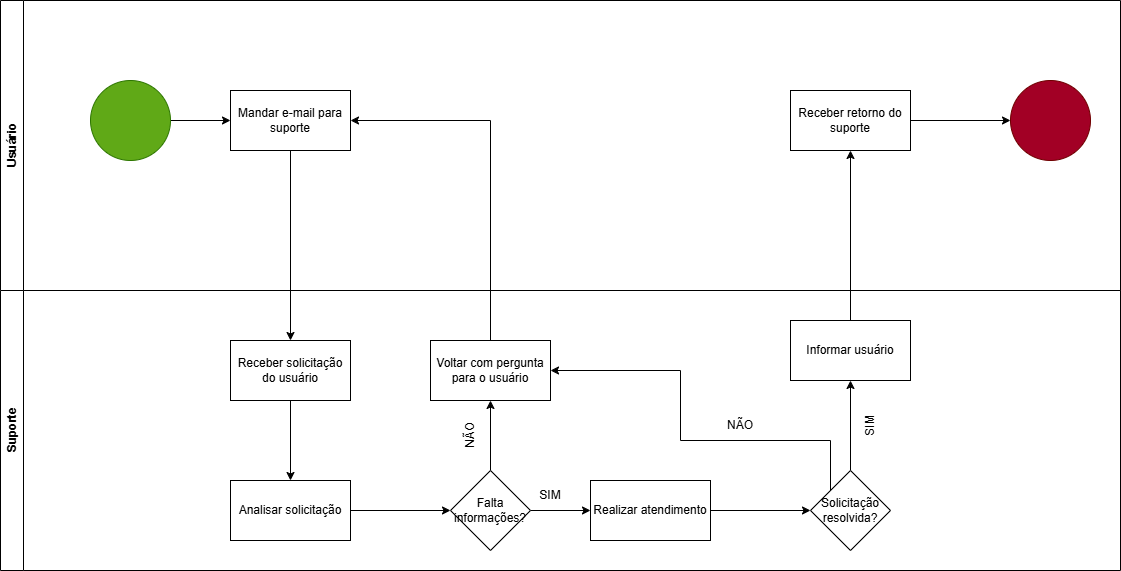
KristhianWirthl/Projeto-Star-Wars keeps this draw.io diagram as Fluxograma Governança.png. Above is the earlier version. Source tidied: cells renumbered, new cells last; positions are measured from the earlier drawing's top-left corner, leaving out a move shared by most shapes.
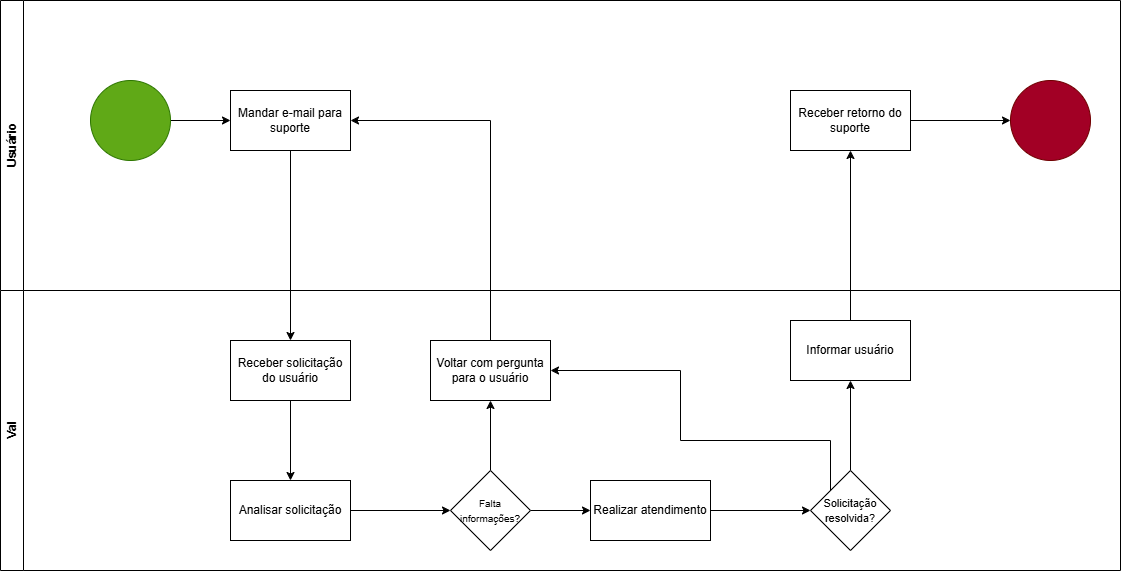
The same diagram one commit later.

Change to the diagram source:
```diff
@@ -23,7 +23,7 @@
     <mxCell id="8" style="ellipse;whiteSpace=wrap;html=1;fillColor=#a20025;fontColor=#ffffff;strokeColor=#6F0000;" parent="2" vertex="1">
       <mxGeometry x="1010" y="80" width="80" height="80" as="geometry" />
     </mxCell>
-    <mxCell id="9" value="Suporte" style="swimlane;horizontal=0;whiteSpace=wrap;html=1;" parent="1" vertex="1">
+    <mxCell id="9" value="Val" style="swimlane;horizontal=0;whiteSpace=wrap;html=1;" parent="1" vertex="1">
       <mxGeometry y="290" width="1120" height="280" as="geometry" />
     </mxCell>
     <mxCell id="10" style="edgeStyle=orthogonalEdgeStyle;rounded=0;jettySize=auto;html=1;" parent="9" edge="1" source="11" target="13">
@@ -44,7 +44,7 @@
     <mxCell id="15" style="edgeStyle=orthogonalEdgeStyle;rounded=0;jettySize=auto;html=1;" parent="9" edge="1" source="16" target="19">
       <mxGeometry relative="1" as="geometry" />
     </mxCell>
-    <mxCell id="16" value="Falta informações?" style="rhombus;whiteSpace=wrap;html=1;" parent="9" vertex="1">
+    <mxCell id="16" value="&lt;font style=&quot;font-size: 10px;&quot;&gt;Falta informações?&lt;/font&gt;" style="rhombus;whiteSpace=wrap;html=1;" parent="9" vertex="1">
       <mxGeometry x="450" y="180" width="80" height="80" as="geometry" />
     </mxCell>
     <mxCell id="17" value="Voltar com pergunta para o usuário" style="whiteSpace=wrap;html=1;" parent="9" vertex="1">
@@ -68,19 +68,19 @@
         </Array>
       </mxGeometry>
     </mxCell>
-    <mxCell id="22" value="Solicitação resolvida?" style="rhombus;whiteSpace=wrap;html=1;" parent="9" vertex="1">
+    <mxCell id="22" value="&lt;font style=&quot;font-size: 11px;&quot;&gt;Solicitação resolvida?&lt;/font&gt;" style="rhombus;whiteSpace=wrap;html=1;" parent="9" vertex="1">
       <mxGeometry x="810" y="180" width="80" height="80" as="geometry" />
     </mxCell>
     <mxCell id="23" value="Informar usuário" style="whiteSpace=wrap;html=1;" parent="9" vertex="1">
       <mxGeometry x="790" y="30" width="120" height="60" as="geometry" />
     </mxCell>
-    <mxCell id="24" value="NÃO" style="text;html=1;whiteSpace=wrap;strokeColor=none;fillColor=none;align=center;verticalAlign=middle;rounded=0;" parent="9" vertex="1">
+    <mxCell id="24" value="&lt;font style=&quot;color: rgb(255, 255, 255);&quot;&gt;NÃO&lt;/font&gt;" style="text;html=1;whiteSpace=wrap;strokeColor=none;fillColor=none;align=center;verticalAlign=middle;rounded=0;" parent="9" vertex="1">
       <mxGeometry x="710" y="120" width="60" height="30" as="geometry" />
     </mxCell>
-    <mxCell id="25" value="SIM" style="text;html=1;whiteSpace=wrap;strokeColor=none;fillColor=none;align=center;verticalAlign=middle;rounded=0;rotation=-90;" parent="9" vertex="1">
+    <mxCell id="25" value="&lt;font style=&quot;color: rgb(255, 255, 255);&quot;&gt;SIM&lt;/font&gt;" style="text;html=1;whiteSpace=wrap;strokeColor=none;fillColor=none;align=center;verticalAlign=middle;rounded=0;rotation=-90;" parent="9" vertex="1">
       <mxGeometry x="840" y="120" width="60" height="30" as="geometry" />
     </mxCell>
-    <mxCell id="26" value="SIM" style="text;html=1;whiteSpace=wrap;strokeColor=none;fillColor=none;align=center;verticalAlign=middle;rounded=0;" parent="9" vertex="1">
+    <mxCell id="26" value="&lt;font style=&quot;color: rgb(255, 255, 255);&quot;&gt;SIM&lt;/font&gt;" style="text;html=1;whiteSpace=wrap;strokeColor=none;fillColor=none;align=center;verticalAlign=middle;rounded=0;" parent="9" vertex="1">
       <mxGeometry x="520" y="190" width="60" height="30" as="geometry" />
     </mxCell>
     <mxCell id="27" style="edgeStyle=orthogonalEdgeStyle;rounded=0;jettySize=auto;html=1;" parent="1" edge="1" source="5" target="11">
@@ -92,7 +92,7 @@
     <mxCell id="29" style="edgeStyle=orthogonalEdgeStyle;rounded=0;jettySize=auto;html=1;" parent="1" edge="1" source="23" target="7">
       <mxGeometry relative="1" as="geometry" />
     </mxCell>
-    <mxCell id="30" value="NÃO" style="text;html=1;whiteSpace=wrap;strokeColor=none;fillColor=none;align=center;verticalAlign=middle;rounded=0;rotation=-90;" parent="1" vertex="1">
+    <mxCell id="30" value="&lt;font style=&quot;color: rgb(255, 255, 255);&quot;&gt;NÃO&lt;/font&gt;" style="text;html=1;whiteSpace=wrap;strokeColor=none;fillColor=none;align=center;verticalAlign=middle;rounded=0;rotation=-90;" parent="1" vertex="1">
       <mxGeometry x="440" y="420" width="60" height="30" as="geometry" />
     </mxCell>
   </root>
```
